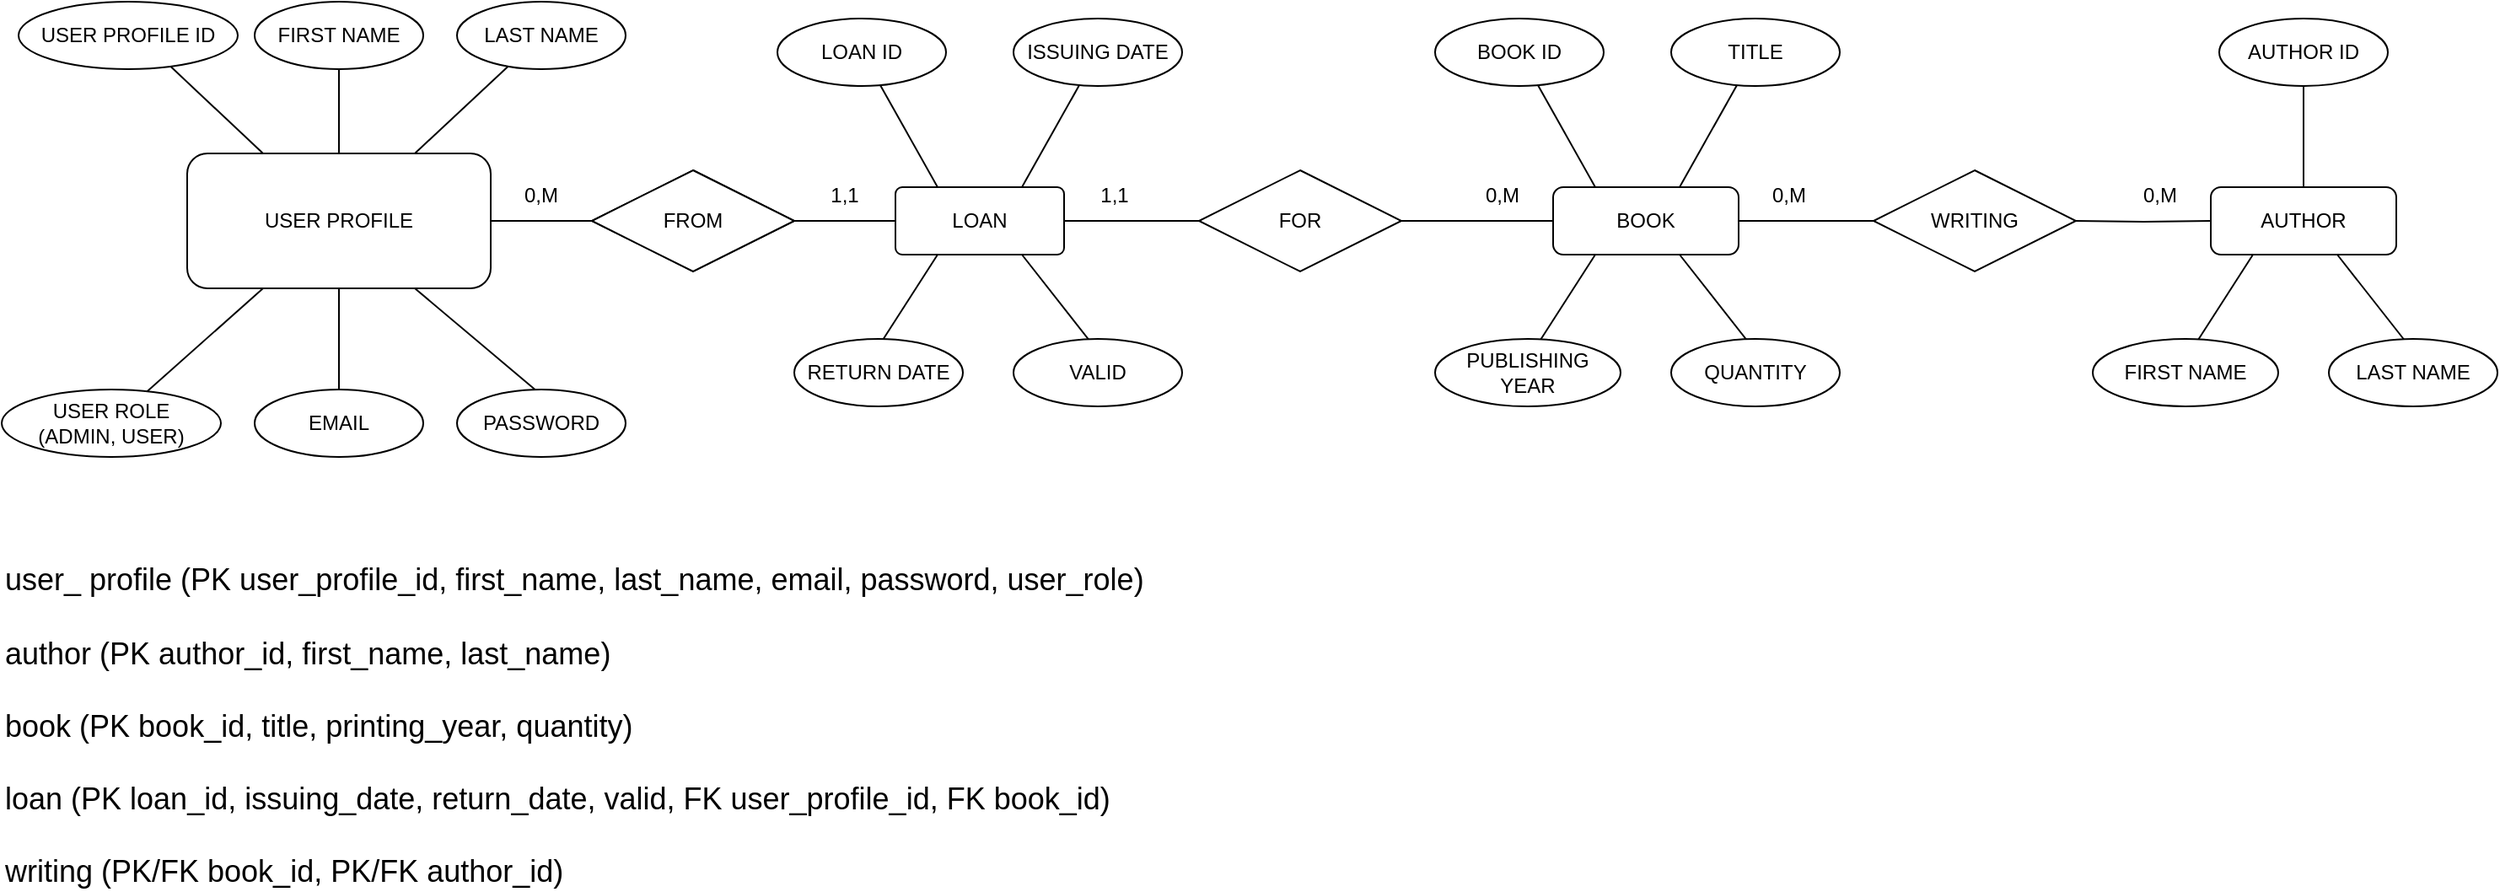
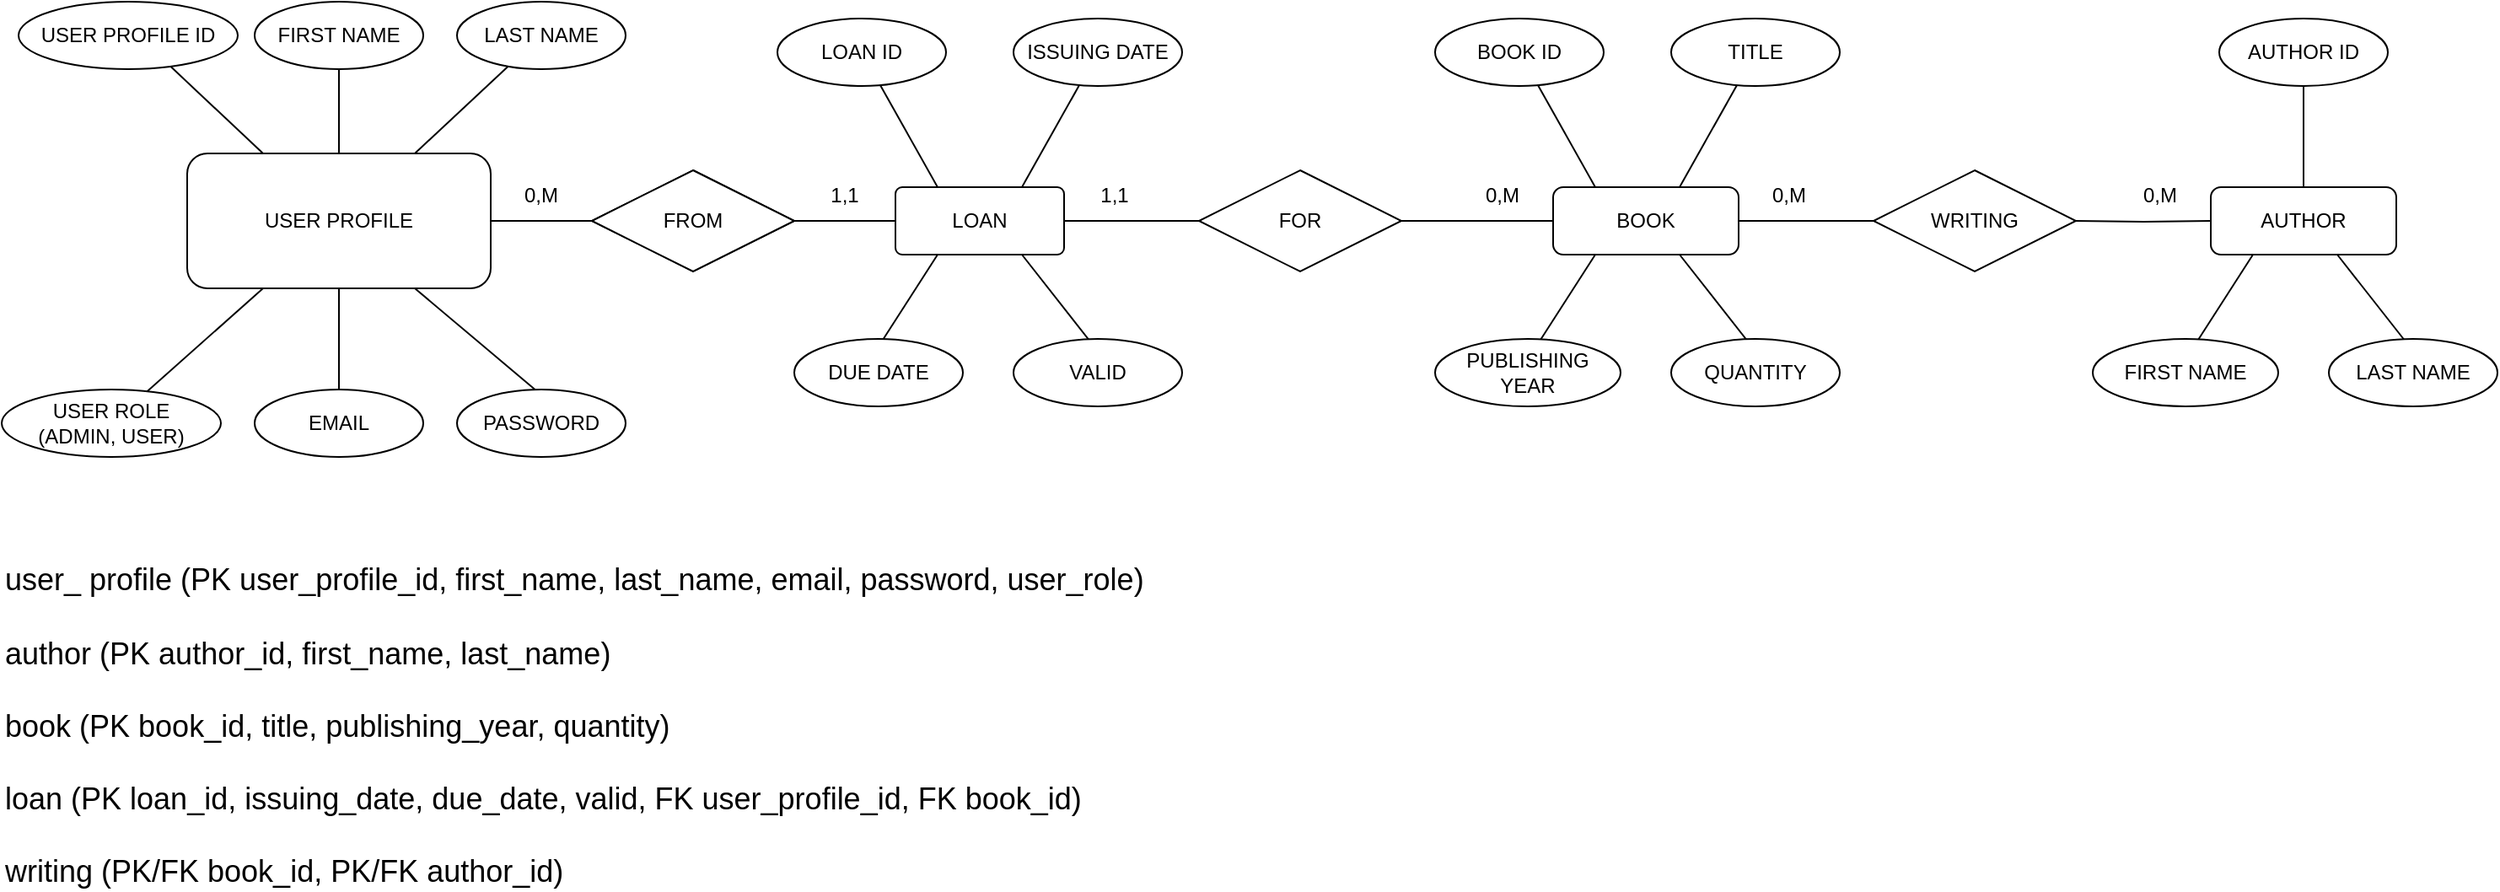
<mxfile host="app.diagrams.net">
  <diagram name="Page-1" id="-go8qi5T9_sv031DzZtd">
    <mxGraphModel dx="860" dy="517" grid="1" gridSize="10" guides="1" tooltips="1" connect="1" arrows="1" fold="1" page="1" pageScale="1" pageWidth="850" pageHeight="1100" math="0" shadow="0">
      <root>
        <mxCell id="0" />
        <mxCell id="1" parent="0" />
        <mxCell id="ZY0l4eKZKrUw8yelbmiM-3" edge="1" parent="1" source="ZY0l4eKZKrUw8yelbmiM-1" style="edgeStyle=orthogonalEdgeStyle;shape=wire;rounded=0;orthogonalLoop=1;jettySize=auto;html=1;endArrow=none;endFill=0;" value="">
          <mxGeometry relative="1" as="geometry">
            <Array as="points">
              <mxPoint x="210" y="160" />
            </Array>
            <mxPoint x="220" y="160" as="targetPoint" />
          </mxGeometry>
        </mxCell>
        <mxCell id="ZY0l4eKZKrUw8yelbmiM-5" edge="1" parent="1" source="ZY0l4eKZKrUw8yelbmiM-11" style="shape=wire;rounded=0;orthogonalLoop=1;jettySize=auto;html=1;exitX=0.75;exitY=0;exitDx=0;exitDy=0;dashed=1;endArrow=none;endFill=0;">
          <mxGeometry relative="1" as="geometry">
            <mxPoint x="350" y="160" as="targetPoint" />
          </mxGeometry>
        </mxCell>
        <mxCell id="ZY0l4eKZKrUw8yelbmiM-7" edge="1" parent="1" source="ZY0l4eKZKrUw8yelbmiM-1" style="shape=wire;rounded=0;orthogonalLoop=1;jettySize=auto;html=1;exitX=0.25;exitY=0;exitDx=0;exitDy=0;dashed=1;endArrow=none;endFill=0;">
          <mxGeometry relative="1" as="geometry">
            <mxPoint x="80" y="160" as="targetPoint" />
          </mxGeometry>
        </mxCell>
        <mxCell id="ZY0l4eKZKrUw8yelbmiM-12" edge="1" parent="1" source="ZY0l4eKZKrUw8yelbmiM-15" style="edgeStyle=orthogonalEdgeStyle;shape=wire;rounded=0;orthogonalLoop=1;jettySize=auto;html=1;exitX=0.5;exitY=1;exitDx=0;exitDy=0;dashed=1;endArrow=none;endFill=0;">
          <mxGeometry relative="1" as="geometry">
            <mxPoint x="210" y="400" as="targetPoint" />
          </mxGeometry>
        </mxCell>
        <mxCell id="ZY0l4eKZKrUw8yelbmiM-13" edge="1" parent="1" source="ZY0l4eKZKrUw8yelbmiM-17" style="shape=wire;rounded=0;orthogonalLoop=1;jettySize=auto;html=1;exitX=0.25;exitY=1;exitDx=0;exitDy=0;dashed=1;endArrow=none;endFill=0;">
          <mxGeometry relative="1" as="geometry">
            <mxPoint x="80" y="400" as="targetPoint" />
          </mxGeometry>
        </mxCell>
        <mxCell id="ZY0l4eKZKrUw8yelbmiM-14" edge="1" parent="1" source="ZY0l4eKZKrUw8yelbmiM-1" style="shape=wire;rounded=0;orthogonalLoop=1;jettySize=auto;html=1;exitX=0.75;exitY=1;exitDx=0;exitDy=0;dashed=1;endArrow=none;endFill=0;">
          <mxGeometry relative="1" as="geometry">
            <mxPoint x="350" y="400" as="targetPoint" />
          </mxGeometry>
        </mxCell>
        <mxCell id="ZY0l4eKZKrUw8yelbmiM-18" edge="1" parent="1" source="ZY0l4eKZKrUw8yelbmiM-1" style="edgeStyle=orthogonalEdgeStyle;shape=wire;rounded=0;orthogonalLoop=1;jettySize=auto;html=1;exitX=1;exitY=0.5;exitDx=0;exitDy=0;dashed=1;endArrow=none;endFill=0;" target="ZY0l4eKZKrUw8yelbmiM-19">
          <mxGeometry relative="1" as="geometry">
            <mxPoint x="420" y="280" as="targetPoint" />
          </mxGeometry>
        </mxCell>
        <mxCell id="ZY0l4eKZKrUw8yelbmiM-1" parent="1" style="rounded=1;whiteSpace=wrap;html=1;" value="USER PROFILE" vertex="1">
          <mxGeometry height="80" width="180" x="120" y="240" as="geometry" />
        </mxCell>
        <mxCell id="ZY0l4eKZKrUw8yelbmiM-9" parent="1" style="ellipse;whiteSpace=wrap;html=1;align=center;" value="USER PROFILE ID" vertex="1">
          <mxGeometry height="40" width="130" x="20" y="150" as="geometry" />
        </mxCell>
        <mxCell id="ZY0l4eKZKrUw8yelbmiM-10" parent="1" style="ellipse;whiteSpace=wrap;html=1;align=center;" value="FIRST NAME" vertex="1">
          <mxGeometry height="40" width="100" x="160" y="150" as="geometry" />
        </mxCell>
        <mxCell id="ZY0l4eKZKrUw8yelbmiM-16" parent="1" style="ellipse;whiteSpace=wrap;html=1;align=center;" value="PASSWORD" vertex="1">
          <mxGeometry height="40" width="100" x="280" y="380" as="geometry" />
        </mxCell>
        <mxCell id="ZY0l4eKZKrUw8yelbmiM-19" parent="1" style="shape=rhombus;double=1;perimeter=rhombusPerimeter;whiteSpace=wrap;html=1;align=center;" value="Relationship" vertex="1">
          <mxGeometry height="60" width="120" x="360" y="250" as="geometry" />
        </mxCell>
        <mxCell id="ZY0l4eKZKrUw8yelbmiM-20" parent="1" style="shape=rhombus;perimeter=rhombusPerimeter;whiteSpace=wrap;html=1;align=center;" value="FROM" vertex="1">
          <mxGeometry height="60" width="120" x="360" y="250" as="geometry" />
        </mxCell>
        <mxCell id="ZY0l4eKZKrUw8yelbmiM-21" parent="1" style="line;strokeWidth=1;rotatable=0;dashed=0;labelPosition=right;align=left;verticalAlign=middle;spacingTop=0;spacingLeft=6;points=[];portConstraint=eastwest;" value="" vertex="1">
          <mxGeometry height="10" width="60" x="480" y="275" as="geometry" />
        </mxCell>
        <mxCell id="ZY0l4eKZKrUw8yelbmiM-27" edge="1" parent="1" source="ZY0l4eKZKrUw8yelbmiM-22" style="shape=wire;rounded=0;orthogonalLoop=1;jettySize=auto;html=1;exitX=0.25;exitY=0;exitDx=0;exitDy=0;dashed=1;endArrow=none;endFill=0;" target="ZY0l4eKZKrUw8yelbmiM-31">
          <mxGeometry relative="1" as="geometry">
            <mxPoint x="510" y="180" as="targetPoint" />
          </mxGeometry>
        </mxCell>
        <mxCell id="ZY0l4eKZKrUw8yelbmiM-28" edge="1" parent="1" source="ZY0l4eKZKrUw8yelbmiM-32" style="shape=wire;rounded=0;orthogonalLoop=1;jettySize=auto;html=1;exitX=0.75;exitY=0;exitDx=0;exitDy=0;dashed=1;endArrow=none;endFill=0;">
          <mxGeometry relative="1" as="geometry">
            <mxPoint x="670" y="180" as="targetPoint" />
          </mxGeometry>
        </mxCell>
        <mxCell id="ZY0l4eKZKrUw8yelbmiM-29" edge="1" parent="1" source="ZY0l4eKZKrUw8yelbmiM-22" style="shape=wire;rounded=0;orthogonalLoop=1;jettySize=auto;html=1;exitX=0.25;exitY=1;exitDx=0;exitDy=0;dashed=1;endArrow=none;endFill=0;">
          <mxGeometry relative="1" as="geometry">
            <mxPoint x="520" y="370" as="targetPoint" />
          </mxGeometry>
        </mxCell>
        <mxCell id="ZY0l4eKZKrUw8yelbmiM-30" edge="1" parent="1" source="ZY0l4eKZKrUw8yelbmiM-22" style="shape=wire;rounded=0;orthogonalLoop=1;jettySize=auto;html=1;exitX=0.75;exitY=1;exitDx=0;exitDy=0;dashed=1;endArrow=none;endFill=0;">
          <mxGeometry relative="1" as="geometry">
            <mxPoint x="670" y="370" as="targetPoint" />
          </mxGeometry>
        </mxCell>
        <mxCell id="ZY0l4eKZKrUw8yelbmiM-40" edge="1" parent="1" source="ZY0l4eKZKrUw8yelbmiM-22" style="edgeStyle=orthogonalEdgeStyle;shape=wire;rounded=0;orthogonalLoop=1;jettySize=auto;html=1;dashed=1;endArrow=none;endFill=0;" value="">
          <mxGeometry relative="1" as="geometry">
            <mxPoint x="720" y="280" as="targetPoint" />
          </mxGeometry>
        </mxCell>
        <mxCell id="ZY0l4eKZKrUw8yelbmiM-22" parent="1" style="rounded=1;arcSize=10;whiteSpace=wrap;html=1;align=center;" value="LOAN" vertex="1">
          <mxGeometry height="40" width="100" x="540" y="260" as="geometry" />
        </mxCell>
        <mxCell id="ZY0l4eKZKrUw8yelbmiM-24" parent="1" style="text;html=1;whiteSpace=wrap;strokeColor=none;fillColor=none;align=center;verticalAlign=middle;rounded=0;" value="0,M" vertex="1">
          <mxGeometry height="30" width="60" x="300" y="250" as="geometry" />
        </mxCell>
        <mxCell id="ZY0l4eKZKrUw8yelbmiM-25" parent="1" style="text;html=1;whiteSpace=wrap;strokeColor=none;fillColor=none;align=center;verticalAlign=middle;rounded=0;" value="1,1" vertex="1">
          <mxGeometry height="30" width="60" x="480" y="250" as="geometry" />
        </mxCell>
        <mxCell id="ZY0l4eKZKrUw8yelbmiM-31" parent="1" style="ellipse;whiteSpace=wrap;html=1;align=center;" value="LOAN ID" vertex="1">
          <mxGeometry height="40" width="100" x="470" y="160" as="geometry" />
        </mxCell>
-         <mxCell id="ZY0l4eKZKrUw8yelbmiM-33" parent="1" style="ellipse;whiteSpace=wrap;html=1;align=center;" value="RETURN DATE" vertex="1">
+         <mxCell id="ZY0l4eKZKrUw8yelbmiM-33" parent="1" style="ellipse;whiteSpace=wrap;html=1;align=center;" value="DUE DATE" vertex="1">
          <mxGeometry height="40" width="100" x="480" y="350" as="geometry" />
        </mxCell>
        <mxCell id="ZY0l4eKZKrUw8yelbmiM-34" parent="1" style="ellipse;whiteSpace=wrap;html=1;align=center;" value="VALID" vertex="1">
          <mxGeometry height="40" width="100" x="610" y="350" as="geometry" />
        </mxCell>
        <mxCell id="ZY0l4eKZKrUw8yelbmiM-35" edge="1" parent="1" source="ZY0l4eKZKrUw8yelbmiM-22" style="shape=wire;rounded=0;orthogonalLoop=1;jettySize=auto;html=1;exitX=0.75;exitY=0;exitDx=0;exitDy=0;dashed=1;endArrow=none;endFill=0;" target="ZY0l4eKZKrUw8yelbmiM-32" value="">
          <mxGeometry relative="1" as="geometry">
            <mxPoint x="615" y="260" as="sourcePoint" />
            <mxPoint x="670" y="180" as="targetPoint" />
          </mxGeometry>
        </mxCell>
        <mxCell id="ZY0l4eKZKrUw8yelbmiM-32" parent="1" style="ellipse;whiteSpace=wrap;html=1;align=center;" value="ISSUING DATE" vertex="1">
          <mxGeometry height="40" width="100" x="610" y="160" as="geometry" />
        </mxCell>
        <mxCell id="ZY0l4eKZKrUw8yelbmiM-36" edge="1" parent="1" source="ZY0l4eKZKrUw8yelbmiM-1" style="edgeStyle=orthogonalEdgeStyle;shape=wire;rounded=0;orthogonalLoop=1;jettySize=auto;html=1;exitX=0.5;exitY=1;exitDx=0;exitDy=0;dashed=1;endArrow=none;endFill=0;" target="ZY0l4eKZKrUw8yelbmiM-15" value="">
          <mxGeometry relative="1" as="geometry">
            <mxPoint x="210" y="320" as="sourcePoint" />
            <mxPoint x="210" y="400" as="targetPoint" />
          </mxGeometry>
        </mxCell>
        <mxCell id="ZY0l4eKZKrUw8yelbmiM-15" parent="1" style="ellipse;whiteSpace=wrap;html=1;align=center;" value="EMAIL" vertex="1">
          <mxGeometry height="40" width="100" x="160" y="380" as="geometry" />
        </mxCell>
        <mxCell id="ZY0l4eKZKrUw8yelbmiM-37" edge="1" parent="1" source="ZY0l4eKZKrUw8yelbmiM-1" style="shape=wire;rounded=0;orthogonalLoop=1;jettySize=auto;html=1;exitX=0.25;exitY=1;exitDx=0;exitDy=0;dashed=1;endArrow=none;endFill=0;" target="ZY0l4eKZKrUw8yelbmiM-17" value="">
          <mxGeometry relative="1" as="geometry">
            <mxPoint x="165" y="320" as="sourcePoint" />
            <mxPoint x="80" y="400" as="targetPoint" />
          </mxGeometry>
        </mxCell>
        <mxCell id="ZY0l4eKZKrUw8yelbmiM-17" parent="1" style="ellipse;whiteSpace=wrap;html=1;align=center;" value="USER ROLE&lt;div&gt;(ADMIN, USER)&lt;/div&gt;" vertex="1">
          <mxGeometry height="40" width="130" x="10" y="380" as="geometry" />
        </mxCell>
        <mxCell id="ZY0l4eKZKrUw8yelbmiM-38" edge="1" parent="1" source="ZY0l4eKZKrUw8yelbmiM-1" style="shape=wire;rounded=0;orthogonalLoop=1;jettySize=auto;html=1;exitX=0.75;exitY=0;exitDx=0;exitDy=0;dashed=1;endArrow=none;endFill=0;" target="ZY0l4eKZKrUw8yelbmiM-11" value="">
          <mxGeometry relative="1" as="geometry">
            <mxPoint x="255" y="240" as="sourcePoint" />
            <mxPoint x="350" y="160" as="targetPoint" />
          </mxGeometry>
        </mxCell>
        <mxCell id="ZY0l4eKZKrUw8yelbmiM-11" parent="1" style="ellipse;whiteSpace=wrap;html=1;align=center;" value="LAST NAME" vertex="1">
          <mxGeometry height="40" width="100" x="280" y="150" as="geometry" />
        </mxCell>
        <mxCell id="ZY0l4eKZKrUw8yelbmiM-43" edge="1" parent="1" source="ZY0l4eKZKrUw8yelbmiM-41" style="edgeStyle=orthogonalEdgeStyle;shape=wire;rounded=0;orthogonalLoop=1;jettySize=auto;html=1;dashed=1;endArrow=none;endFill=0;" target="ZY0l4eKZKrUw8yelbmiM-42" value="">
          <mxGeometry relative="1" as="geometry" />
        </mxCell>
        <mxCell id="ZY0l4eKZKrUw8yelbmiM-41" parent="1" style="shape=rhombus;perimeter=rhombusPerimeter;whiteSpace=wrap;html=1;align=center;" value="FOR" vertex="1">
          <mxGeometry height="60" width="120" x="720" y="250" as="geometry" />
        </mxCell>
        <mxCell id="ZY0l4eKZKrUw8yelbmiM-69" edge="1" parent="1" source="ZY0l4eKZKrUw8yelbmiM-42" style="edgeStyle=orthogonalEdgeStyle;shape=wire;rounded=0;orthogonalLoop=1;jettySize=auto;html=1;dashed=1;endArrow=none;endFill=0;" target="ZY0l4eKZKrUw8yelbmiM-70" value="">
          <mxGeometry relative="1" as="geometry">
            <mxPoint x="1160" y="280" as="targetPoint" />
          </mxGeometry>
        </mxCell>
        <mxCell id="ZY0l4eKZKrUw8yelbmiM-42" parent="1" style="rounded=1;whiteSpace=wrap;html=1;" value="BOOK" vertex="1">
          <mxGeometry height="40" width="110" x="930" y="260" as="geometry" />
        </mxCell>
        <mxCell id="ZY0l4eKZKrUw8yelbmiM-44" parent="1" style="text;html=1;whiteSpace=wrap;strokeColor=none;fillColor=none;align=center;verticalAlign=middle;rounded=0;" value="1,1" vertex="1">
          <mxGeometry height="30" width="60" x="640" y="250" as="geometry" />
        </mxCell>
        <mxCell id="ZY0l4eKZKrUw8yelbmiM-45" parent="1" style="text;html=1;whiteSpace=wrap;strokeColor=none;fillColor=none;align=center;verticalAlign=middle;rounded=0;" value="0,M" vertex="1">
          <mxGeometry height="30" width="60" x="870" y="250" as="geometry" />
        </mxCell>
        <mxCell id="ZY0l4eKZKrUw8yelbmiM-46" edge="1" parent="1" style="shape=wire;rounded=0;orthogonalLoop=1;jettySize=auto;html=1;exitX=0.25;exitY=0;exitDx=0;exitDy=0;dashed=1;endArrow=none;endFill=0;" target="ZY0l4eKZKrUw8yelbmiM-50">
          <mxGeometry relative="1" as="geometry">
            <mxPoint x="955" y="260" as="sourcePoint" />
            <mxPoint x="900" y="180" as="targetPoint" />
          </mxGeometry>
        </mxCell>
        <mxCell id="ZY0l4eKZKrUw8yelbmiM-47" edge="1" parent="1" source="ZY0l4eKZKrUw8yelbmiM-54" style="shape=wire;rounded=0;orthogonalLoop=1;jettySize=auto;html=1;exitX=0.75;exitY=0;exitDx=0;exitDy=0;dashed=1;endArrow=none;endFill=0;">
          <mxGeometry relative="1" as="geometry">
            <mxPoint x="1060" y="180" as="targetPoint" />
          </mxGeometry>
        </mxCell>
        <mxCell id="ZY0l4eKZKrUw8yelbmiM-48" edge="1" parent="1" style="shape=wire;rounded=0;orthogonalLoop=1;jettySize=auto;html=1;exitX=0.25;exitY=1;exitDx=0;exitDy=0;dashed=1;endArrow=none;endFill=0;">
          <mxGeometry relative="1" as="geometry">
            <mxPoint x="955" y="300" as="sourcePoint" />
            <mxPoint x="910" y="370" as="targetPoint" />
          </mxGeometry>
        </mxCell>
        <mxCell id="ZY0l4eKZKrUw8yelbmiM-49" edge="1" parent="1" style="shape=wire;rounded=0;orthogonalLoop=1;jettySize=auto;html=1;exitX=0.75;exitY=1;exitDx=0;exitDy=0;dashed=1;endArrow=none;endFill=0;">
          <mxGeometry relative="1" as="geometry">
            <mxPoint x="1005" y="300" as="sourcePoint" />
            <mxPoint x="1060" y="370" as="targetPoint" />
          </mxGeometry>
        </mxCell>
        <mxCell id="ZY0l4eKZKrUw8yelbmiM-50" parent="1" style="ellipse;whiteSpace=wrap;html=1;align=center;" value="BOOK ID" vertex="1">
          <mxGeometry height="40" width="100" x="860" y="160" as="geometry" />
        </mxCell>
        <mxCell id="ZY0l4eKZKrUw8yelbmiM-51" parent="1" style="ellipse;whiteSpace=wrap;html=1;align=center;" value="PUBLISHING YEAR" vertex="1">
          <mxGeometry height="40" width="110" x="860" y="350" as="geometry" />
        </mxCell>
        <mxCell id="ZY0l4eKZKrUw8yelbmiM-52" parent="1" style="ellipse;whiteSpace=wrap;html=1;align=center;" value="QUANTITY" vertex="1">
          <mxGeometry height="40" width="100" x="1000" y="350" as="geometry" />
        </mxCell>
        <mxCell id="ZY0l4eKZKrUw8yelbmiM-53" edge="1" parent="1" style="shape=wire;rounded=0;orthogonalLoop=1;jettySize=auto;html=1;exitX=0.75;exitY=0;exitDx=0;exitDy=0;dashed=1;endArrow=none;endFill=0;" target="ZY0l4eKZKrUw8yelbmiM-54" value="">
          <mxGeometry relative="1" as="geometry">
            <mxPoint x="1005" y="260" as="sourcePoint" />
            <mxPoint x="1060" y="180" as="targetPoint" />
          </mxGeometry>
        </mxCell>
        <mxCell id="ZY0l4eKZKrUw8yelbmiM-54" parent="1" style="ellipse;whiteSpace=wrap;html=1;align=center;" value="TITLE" vertex="1">
          <mxGeometry height="40" width="100" x="1000" y="160" as="geometry" />
        </mxCell>
        <mxCell id="ZY0l4eKZKrUw8yelbmiM-55" edge="1" parent="1" style="edgeStyle=orthogonalEdgeStyle;shape=wire;rounded=0;orthogonalLoop=1;jettySize=auto;html=1;dashed=1;endArrow=none;endFill=0;" target="ZY0l4eKZKrUw8yelbmiM-57" value="">
          <mxGeometry relative="1" as="geometry">
            <mxPoint x="1240" y="280" as="sourcePoint" />
          </mxGeometry>
        </mxCell>
        <mxCell id="ZY0l4eKZKrUw8yelbmiM-57" parent="1" style="rounded=1;whiteSpace=wrap;html=1;" value="AUTHOR" vertex="1">
          <mxGeometry height="40" width="110" x="1320" y="260" as="geometry" />
        </mxCell>
        <mxCell id="ZY0l4eKZKrUw8yelbmiM-58" parent="1" style="text;html=1;whiteSpace=wrap;strokeColor=none;fillColor=none;align=center;verticalAlign=middle;rounded=0;" value="0,M" vertex="1">
          <mxGeometry height="30" width="60" x="1260" y="250" as="geometry" />
        </mxCell>
        <mxCell id="ZY0l4eKZKrUw8yelbmiM-61" edge="1" parent="1" style="shape=wire;rounded=0;orthogonalLoop=1;jettySize=auto;html=1;exitX=0.25;exitY=1;exitDx=0;exitDy=0;dashed=1;endArrow=none;endFill=0;">
          <mxGeometry relative="1" as="geometry">
            <mxPoint x="1345" y="300" as="sourcePoint" />
            <mxPoint x="1300" y="370" as="targetPoint" />
          </mxGeometry>
        </mxCell>
        <mxCell id="ZY0l4eKZKrUw8yelbmiM-62" edge="1" parent="1" style="shape=wire;rounded=0;orthogonalLoop=1;jettySize=auto;html=1;exitX=0.75;exitY=1;exitDx=0;exitDy=0;dashed=1;endArrow=none;endFill=0;">
          <mxGeometry relative="1" as="geometry">
            <mxPoint x="1395" y="300" as="sourcePoint" />
            <mxPoint x="1450" y="370" as="targetPoint" />
          </mxGeometry>
        </mxCell>
        <mxCell id="ZY0l4eKZKrUw8yelbmiM-64" parent="1" style="ellipse;whiteSpace=wrap;html=1;align=center;" value="FIRST NAME" vertex="1">
          <mxGeometry height="40" width="110" x="1250" y="350" as="geometry" />
        </mxCell>
        <mxCell id="ZY0l4eKZKrUw8yelbmiM-65" parent="1" style="ellipse;whiteSpace=wrap;html=1;align=center;" value="LAST NAME" vertex="1">
          <mxGeometry height="40" width="100" x="1390" y="350" as="geometry" />
        </mxCell>
        <mxCell id="ZY0l4eKZKrUw8yelbmiM-66" edge="1" parent="1" source="ZY0l4eKZKrUw8yelbmiM-57" style="shape=wire;rounded=0;orthogonalLoop=1;jettySize=auto;html=1;exitX=0.5;exitY=0;exitDx=0;exitDy=0;dashed=1;endArrow=none;endFill=0;" target="ZY0l4eKZKrUw8yelbmiM-67" value="">
          <mxGeometry relative="1" as="geometry">
            <Array as="points" />
            <mxPoint x="1395" y="260" as="sourcePoint" />
            <mxPoint x="1450" y="180" as="targetPoint" />
          </mxGeometry>
        </mxCell>
        <mxCell id="ZY0l4eKZKrUw8yelbmiM-67" parent="1" style="ellipse;whiteSpace=wrap;html=1;align=center;" value="AUTHOR ID" vertex="1">
          <mxGeometry height="40" width="100" x="1325" y="160" as="geometry" />
        </mxCell>
        <mxCell id="ZY0l4eKZKrUw8yelbmiM-70" parent="1" style="shape=rhombus;perimeter=rhombusPerimeter;whiteSpace=wrap;html=1;align=center;" value="WRITING" vertex="1">
          <mxGeometry height="60" width="120" x="1120" y="250" as="geometry" />
        </mxCell>
        <mxCell id="ZY0l4eKZKrUw8yelbmiM-71" parent="1" style="text;html=1;whiteSpace=wrap;strokeColor=none;fillColor=none;align=center;verticalAlign=middle;rounded=0;" value="0,M" vertex="1">
          <mxGeometry height="30" width="60" x="1040" y="250" as="geometry" />
        </mxCell>
-         <mxCell id="ZY0l4eKZKrUw8yelbmiM-72" parent="1" style="text;html=1;whiteSpace=wrap;strokeColor=none;fillColor=none;align=left;verticalAlign=middle;rounded=0;" value="&lt;font style=&quot;font-size: 18px;&quot;&gt;user_ profile (PK user_profile_id, first_name, last_name, email, password, user_role)&lt;/font&gt;&lt;div&gt;&lt;span style=&quot;font-size: 18px;&quot;&gt;&lt;br&gt;&lt;/span&gt;&lt;div&gt;&lt;font style=&quot;font-size: 18px;&quot;&gt;author (PK author_id, first_name, last_name)&lt;/font&gt;&lt;/div&gt;&lt;div&gt;&lt;font style=&quot;font-size: 18px;&quot;&gt;&lt;br&gt;&lt;/font&gt;&lt;/div&gt;&lt;div&gt;&lt;font style=&quot;font-size: 18px;&quot;&gt;book (PK book_id, title, printing_year, quantity)&lt;/font&gt;&lt;/div&gt;&lt;div&gt;&lt;font style=&quot;font-size: 18px;&quot;&gt;&lt;br&gt;&lt;/font&gt;&lt;/div&gt;&lt;div&gt;&lt;font style=&quot;font-size: 18px;&quot;&gt;loan (PK loan_id, issuing_date, return_date, valid, FK user_profile_id, FK book_id)&lt;/font&gt;&lt;/div&gt;&lt;div&gt;&lt;font style=&quot;font-size: 18px;&quot;&gt;&lt;br&gt;&lt;/font&gt;&lt;/div&gt;&lt;div&gt;&lt;font style=&quot;font-size: 18px;&quot;&gt;writing (PK/FK book_id, PK/FK author_id)&lt;/font&gt;&lt;/div&gt;&lt;/div&gt;" vertex="1">
+         <mxCell id="ZY0l4eKZKrUw8yelbmiM-72" parent="1" style="text;html=1;whiteSpace=wrap;strokeColor=none;fillColor=none;align=left;verticalAlign=middle;rounded=0;" value="&lt;font style=&quot;font-size: 18px;&quot;&gt;user_ profile (PK user_profile_id, first_name, last_name, email, password, user_role)&lt;/font&gt;&lt;div&gt;&lt;span style=&quot;font-size: 18px;&quot;&gt;&lt;br&gt;&lt;/span&gt;&lt;div&gt;&lt;font style=&quot;font-size: 18px;&quot;&gt;author (PK author_id, first_name, last_name)&lt;/font&gt;&lt;/div&gt;&lt;div&gt;&lt;font style=&quot;font-size: 18px;&quot;&gt;&lt;br&gt;&lt;/font&gt;&lt;/div&gt;&lt;div&gt;&lt;font style=&quot;font-size: 18px;&quot;&gt;book (PK book_id, title, publishing_year, quantity)&lt;/font&gt;&lt;/div&gt;&lt;div&gt;&lt;font style=&quot;font-size: 18px;&quot;&gt;&lt;br&gt;&lt;/font&gt;&lt;/div&gt;&lt;div&gt;&lt;font style=&quot;font-size: 18px;&quot;&gt;loan (PK loan_id, issuing_date, due_date, valid, FK user_profile_id, FK book_id)&lt;/font&gt;&lt;/div&gt;&lt;div&gt;&lt;font style=&quot;font-size: 18px;&quot;&gt;&lt;br&gt;&lt;/font&gt;&lt;/div&gt;&lt;div&gt;&lt;font style=&quot;font-size: 18px;&quot;&gt;writing (PK/FK book_id, PK/FK author_id)&lt;/font&gt;&lt;/div&gt;&lt;/div&gt;" vertex="1">
          <mxGeometry height="160" width="780" x="10" y="500" as="geometry" />
        </mxCell>
      </root>
    </mxGraphModel>
  </diagram>
</mxfile>
